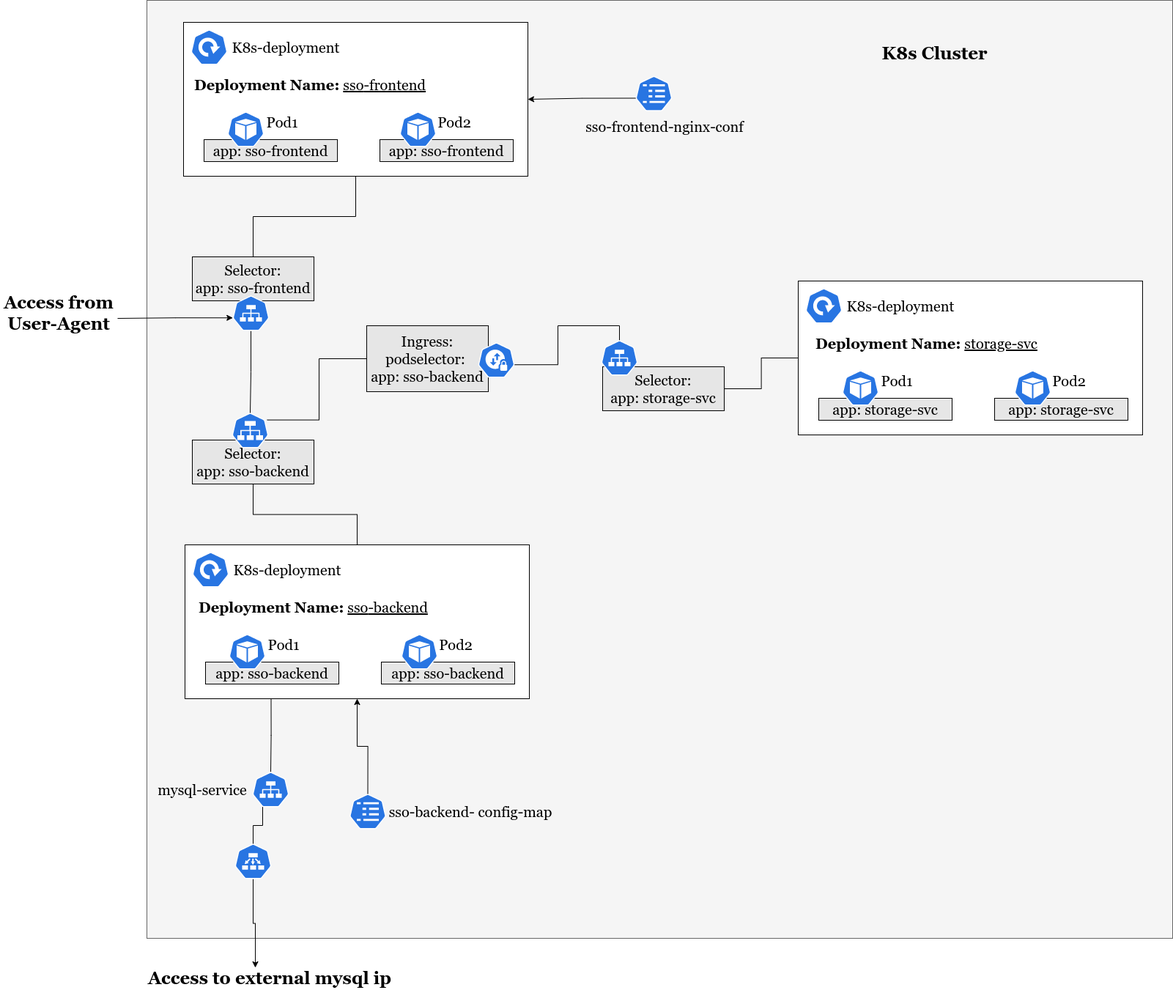
Before: img/k8s-infrastructure.png, a diagram exported from draw.io (Sivakumar3695/Online_CV). Source tidied: cells renumbered, new cells last; positions are measured from the earlier drawing's top-left corner, leaving out a move shared by most shapes.
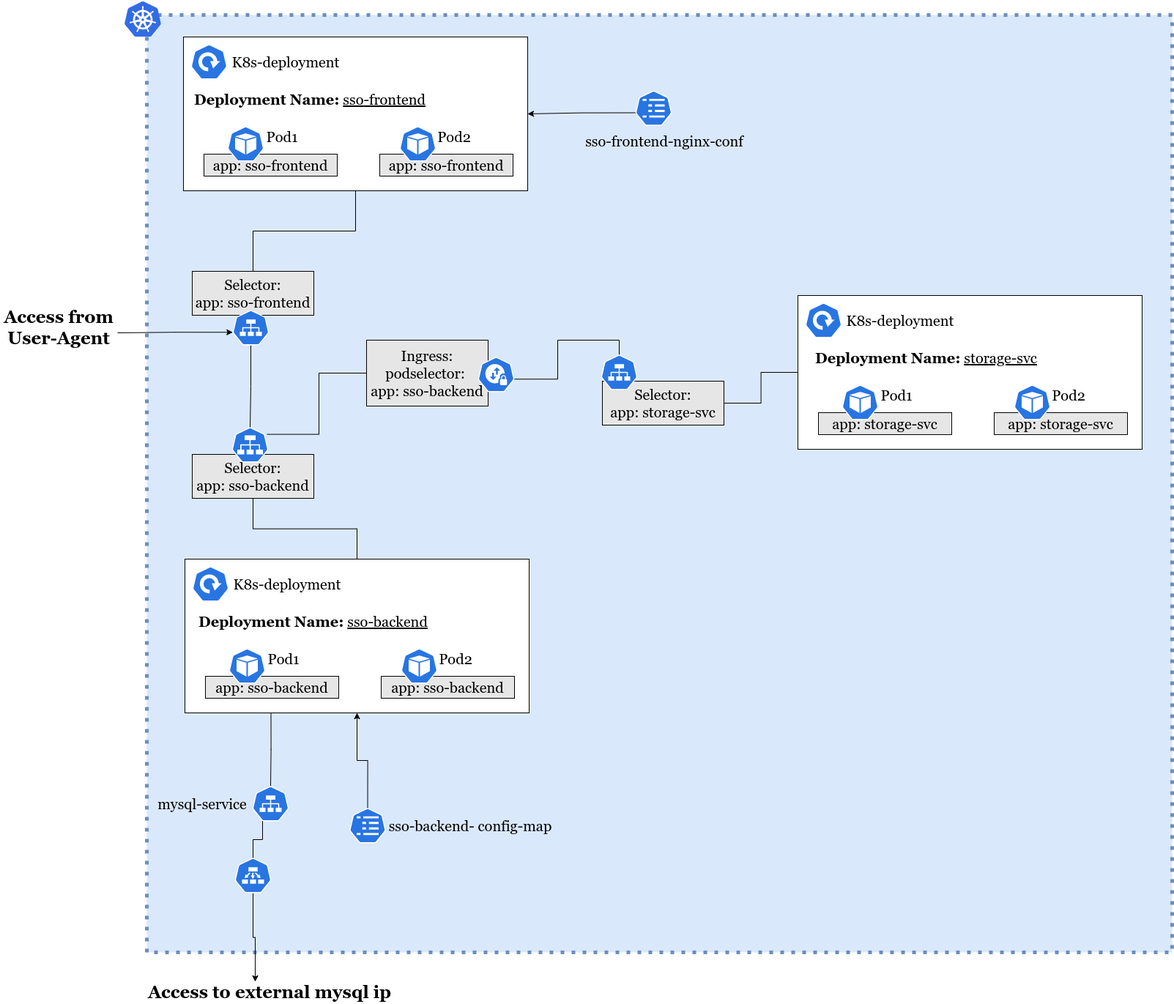
After the commit.

The edit, as a diff of the source:
```diff
@@ -2,7 +2,7 @@
   <root>
     <mxCell id="0" />
     <mxCell id="1" parent="0" />
-    <mxCell id="2" style="rounded=0;whiteSpace=wrap;html=1;fontFamily=Georgia;fontSize=20;strokeWidth=1;fillColor=#f5f5f5;fontColor=#333333;strokeColor=#666666;" parent="1" vertex="1">
+    <mxCell id="2" style="rounded=0;whiteSpace=wrap;html=1;fontFamily=Georgia;fontSize=20;strokeWidth=5;fillColor=#DAE8FC;strokeColor=#6c8ebf;dashed=1;dashPattern=1 2;" parent="1" vertex="1">
       <mxGeometry x="200" width="1400" height="1280" as="geometry" />
     </mxCell>
     <mxCell id="3" value="Ingress:&lt;br&gt;podselector: &lt;br&gt;app: sso-backend" style="rounded=0;whiteSpace=wrap;html=1;fontFamily=Georgia;fontSize=20;strokeWidth=1;fillColor=#E6E6E6;" parent="1" vertex="1">
@@ -180,14 +180,14 @@
     <mxCell id="59" value="mysql-service" style="text;html=1;strokeColor=none;fillColor=none;align=center;verticalAlign=middle;whiteSpace=wrap;rounded=0;fontFamily=Georgia;fontSize=20;" parent="1" vertex="1">
       <mxGeometry x="210.5" y="1062" width="130" height="30" as="geometry" />
     </mxCell>
-    <mxCell id="60" value="&lt;font style=&quot;font-size: 24px;&quot;&gt;K8s Cluster&lt;/font&gt;" style="text;html=1;strokeColor=none;fillColor=none;align=center;verticalAlign=middle;whiteSpace=wrap;rounded=0;fontFamily=Georgia;fontSize=20;fontStyle=1;" parent="1" vertex="1">
-      <mxGeometry x="1201" y="58" width="149" height="30" as="geometry" />
-    </mxCell>
     <mxCell id="61" value="&lt;b&gt;Access to external mysql ip&lt;/b&gt;" style="text;html=1;strokeColor=none;fillColor=none;align=center;verticalAlign=middle;whiteSpace=wrap;rounded=0;fontFamily=Georgia;fontSize=24;" parent="1" vertex="1">
       <mxGeometry x="186" y="1320" width="364" height="30" as="geometry" />
     </mxCell>
     <mxCell id="62" value="&lt;b&gt;Access from User-Agent&lt;/b&gt;" style="text;html=1;strokeColor=none;fillColor=none;align=center;verticalAlign=middle;whiteSpace=wrap;rounded=0;fontFamily=Georgia;fontSize=24;" parent="1" vertex="1">
       <mxGeometry y="412" width="160" height="30" as="geometry" />
     </mxCell>
+    <mxCell id="63" style="sketch=0;html=1;align=center;image;fontSize=12;image=img/lib/mscae/Kubernetes.svg;dashed=1;dashPattern=1 2;fontFamily=Georgia;strokeWidth=5;fillColor=none;" parent="1" vertex="1">
+      <mxGeometry x="170" y="-18" width="50" height="48" as="geometry" />
+    </mxCell>
   </root>
 </mxGraphModel>
```
